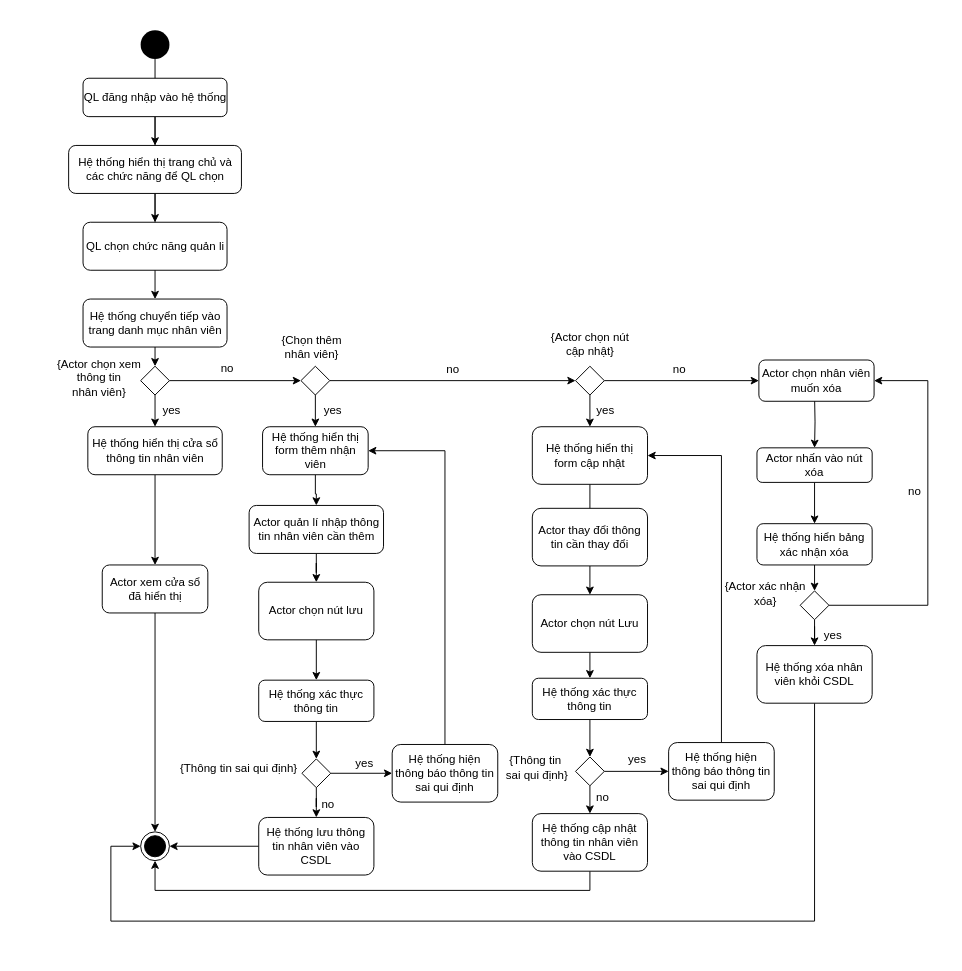
CNPM-Team-1/CNPM keeps this draw.io diagram as Thiết kế/Activity/Quản lí nhân viên.drawio. Above is the earlier version. Source tidied: cells renumbered, new cells numbered last; positions are measured from the earlier drawing's top-left corner, leaving out a move shared by most shapes. Both pictures are drawn from the tidied source at 96%, with x=0, y=0 at pixel (44, 30).
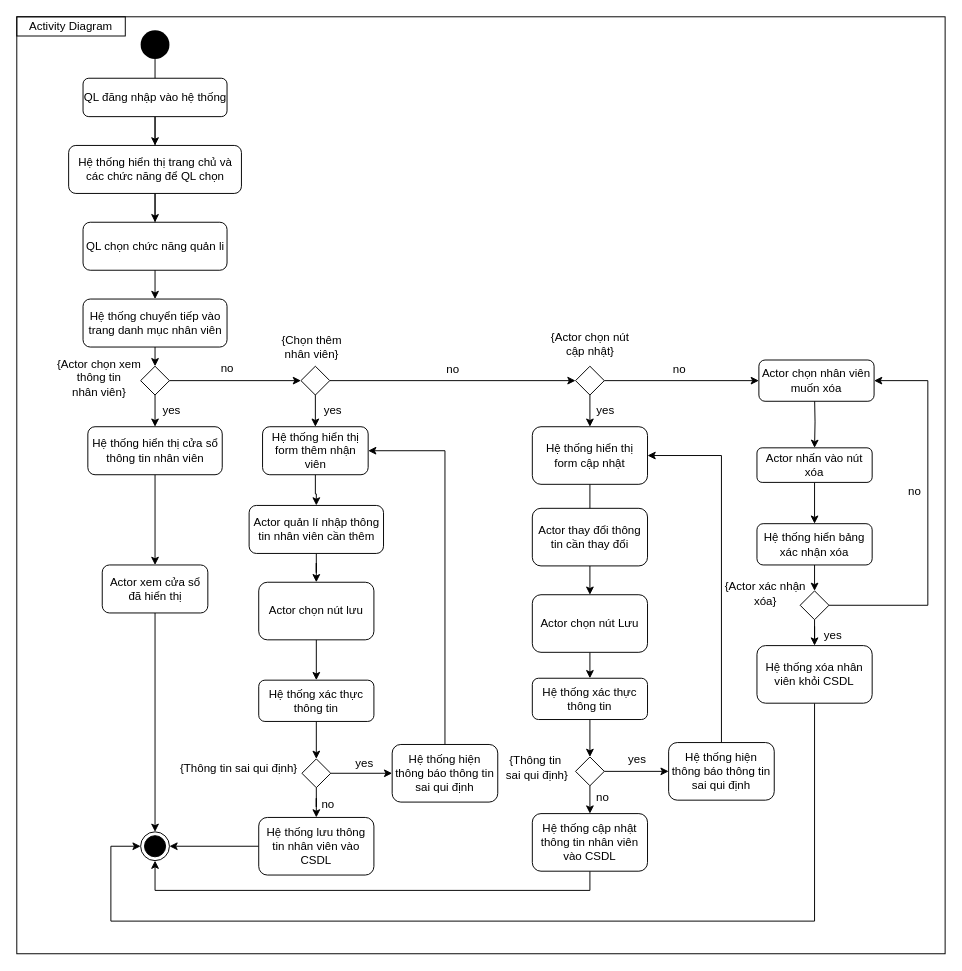
After the change.

Commit message (it also covers changes not shown here):
update activity diagram

Diff of the diagram source:
```diff
@@
+    <mxCell id="83" style="rounded=0;whiteSpace=wrap;html=1;fillColor=none;" parent="1" vertex="1">
+      <mxGeometry x="-29" y="-14" width="967" height="976" as="geometry" />
+    </mxCell>
@@
+    <mxCell id="84" value="Activity Diagram" style="rounded=0;whiteSpace=wrap;html=1;fillColor=none;" parent="1" vertex="1">
+      <mxGeometry x="-29" y="-14" width="113" height="20" as="geometry" />
+    </mxCell>
```
